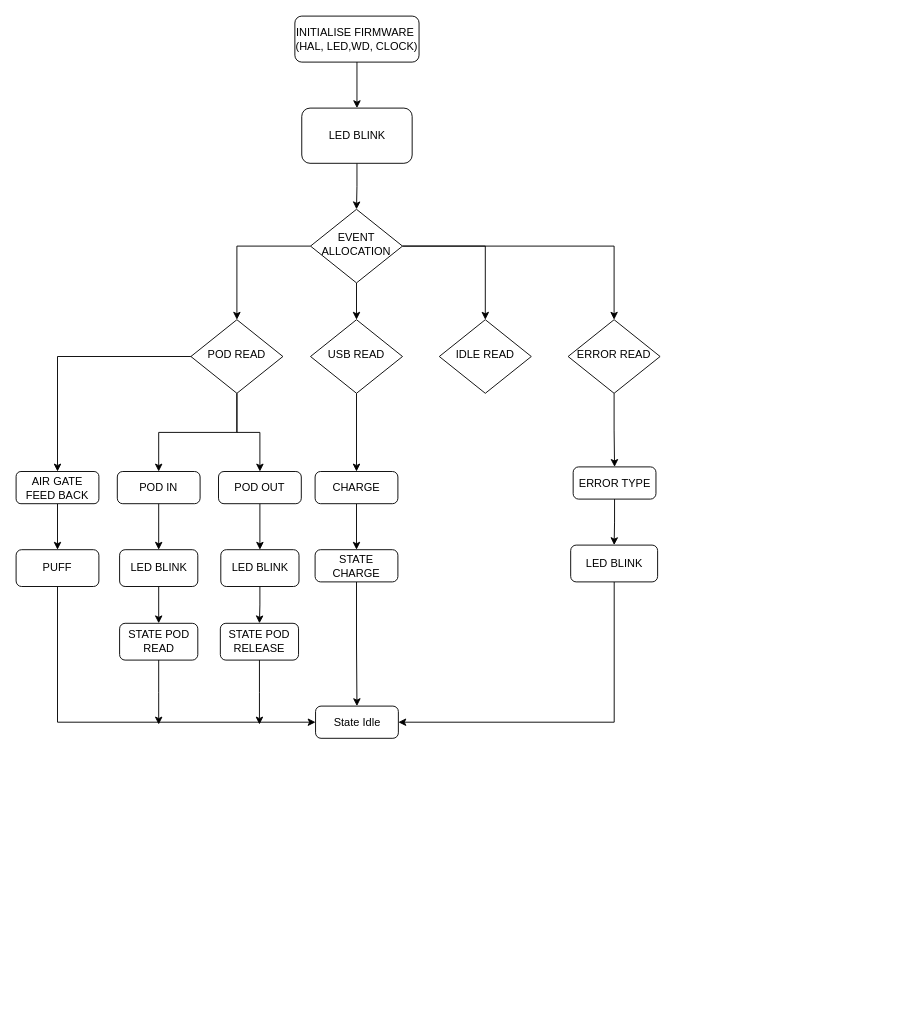
This is GT_X10 Software flowchart.drawio from yinxingyi/DRAW.IO, a draw.io file, before an edit. Source tidied: cells renumbered, new cells numbered last; positions are measured from the earlier drawing's top-left corner, leaving out a move shared by most shapes. Both pictures are drawn from the tidied source at 92%, with x=0, y=0 at pixel (16, 16).
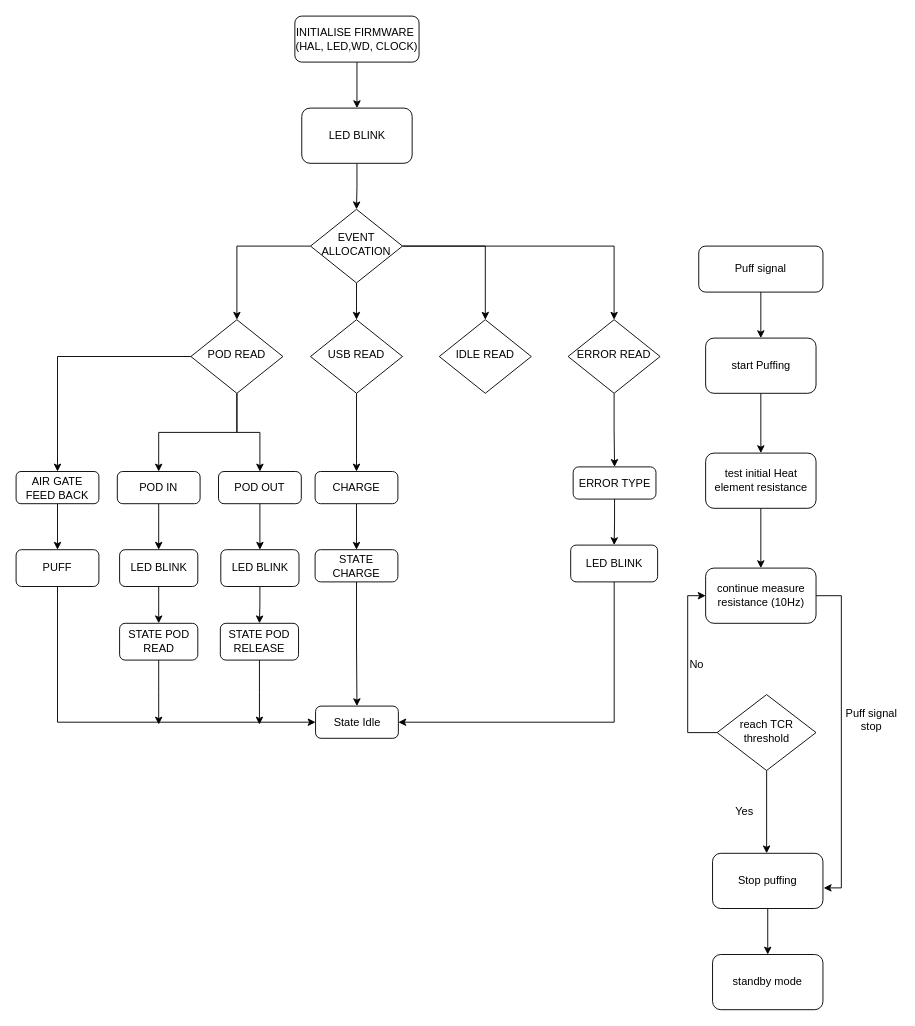
Above is the later version.

Change to the diagram source:
```diff
@@
+    <mxCell id="45" style="edgeStyle=orthogonalEdgeStyle;rounded=0;jettySize=auto;html=1;entryX=0.5;entryY=0;entryDx=0;entryDy=0;" parent="1" edge="1" source="46" target="48">
+      <mxGeometry relative="1" as="geometry" />
+    </mxCell>
+    <mxCell id="46" value="Puff signal" style="rounded=1;whiteSpace=wrap;html=1;fontSize=12;glass=0;strokeWidth=1;shadow=0;" parent="1" vertex="1">
+      <mxGeometry x="742" y="250" width="135" height="50" as="geometry" />
+    </mxCell>
+    <mxCell id="47" style="edgeStyle=orthogonalEdgeStyle;rounded=0;jettySize=auto;html=1;entryX=0.5;entryY=0;entryDx=0;entryDy=0;" parent="1" edge="1" source="48" target="50">
+      <mxGeometry relative="1" as="geometry" />
+    </mxCell>
+    <mxCell id="48" value="start Puffing" style="rounded=1;whiteSpace=wrap;html=1;" parent="1" vertex="1">
+      <mxGeometry x="749.5" y="350" width="120" height="60" as="geometry" />
+    </mxCell>
+    <mxCell id="49" style="edgeStyle=orthogonalEdgeStyle;rounded=0;jettySize=auto;html=1;entryX=0.5;entryY=0;entryDx=0;entryDy=0;" parent="1" edge="1" source="50" target="51">
+      <mxGeometry relative="1" as="geometry" />
+    </mxCell>
+    <mxCell id="50" value="test initial Heat element resistance" style="rounded=1;whiteSpace=wrap;html=1;" parent="1" vertex="1">
+      <mxGeometry x="749.5" y="475" width="120" height="60" as="geometry" />
+    </mxCell>
+    <mxCell id="51" value="continue measure resistance (10Hz)" style="rounded=1;whiteSpace=wrap;html=1;" parent="1" vertex="1">
+      <mxGeometry x="749.5" y="600" width="120" height="60" as="geometry" />
+    </mxCell>
+    <mxCell id="52" style="edgeStyle=orthogonalEdgeStyle;rounded=0;jettySize=auto;html=1;entryX=0;entryY=0.5;entryDx=0;entryDy=0;" parent="1" edge="1" source="54" target="51">
+      <mxGeometry relative="1" as="geometry">
+        <Array as="points">
+          <mxPoint x="730" y="778" />
+          <mxPoint x="730" y="630" />
+        </Array>
+      </mxGeometry>
+    </mxCell>
+    <mxCell id="53" style="edgeStyle=orthogonalEdgeStyle;rounded=0;jettySize=auto;html=1;" parent="1" edge="1" source="54">
+      <mxGeometry relative="1" as="geometry">
+        <mxPoint x="815.8" y="910" as="targetPoint" />
+      </mxGeometry>
+    </mxCell>
+    <mxCell id="54" value="reach TCR threshold" style="rhombus;whiteSpace=wrap;html=1;shadow=0;fontFamily=Helvetica;fontSize=12;align=center;strokeWidth=1;spacing=6;spacingTop=-4;" parent="1" vertex="1">
+      <mxGeometry x="762" y="737.5" width="107.5" height="82.5" as="geometry" />
+    </mxCell>
+    <mxCell id="55" value="Yes" style="text;html=1;whiteSpace=wrap;strokeColor=none;fillColor=none;align=center;verticalAlign=middle;rounded=0;" parent="1" vertex="1">
+      <mxGeometry x="762" y="850" width="60" height="30" as="geometry" />
+    </mxCell>
+    <mxCell id="56" value="No" style="text;html=1;whiteSpace=wrap;strokeColor=none;fillColor=none;align=center;verticalAlign=middle;rounded=0;" parent="1" vertex="1">
+      <mxGeometry x="710" y="690" width="60" height="30" as="geometry" />
+    </mxCell>
+    <mxCell id="57" style="edgeStyle=orthogonalEdgeStyle;rounded=0;jettySize=auto;html=1;entryX=0.5;entryY=0;entryDx=0;entryDy=0;" parent="1" edge="1" source="58" target="59">
+      <mxGeometry relative="1" as="geometry" />
+    </mxCell>
+    <mxCell id="58" value="Stop puffing" style="rounded=1;whiteSpace=wrap;html=1;" parent="1" vertex="1">
+      <mxGeometry x="757" y="910" width="120" height="60" as="geometry" />
+    </mxCell>
+    <mxCell id="59" value="standby mode" style="rounded=1;whiteSpace=wrap;html=1;" parent="1" vertex="1">
+      <mxGeometry x="757" y="1020" width="120" height="60" as="geometry" />
+    </mxCell>
+    <mxCell id="60" style="edgeStyle=orthogonalEdgeStyle;rounded=0;jettySize=auto;html=1;entryX=1.007;entryY=0.627;entryDx=0;entryDy=0;entryPerimeter=0;" parent="1" edge="1" source="51" target="58">
+      <mxGeometry relative="1" as="geometry">
+        <Array as="points">
+          <mxPoint x="897" y="630" />
+          <mxPoint x="897" y="948" />
+        </Array>
+      </mxGeometry>
+    </mxCell>
+    <mxCell id="61" value="Puff signal stop" style="text;html=1;whiteSpace=wrap;strokeColor=none;fillColor=none;align=center;verticalAlign=middle;rounded=0;" parent="1" vertex="1">
+      <mxGeometry x="900" y="750" width="60" height="30" as="geometry" />
+    </mxCell>
```
